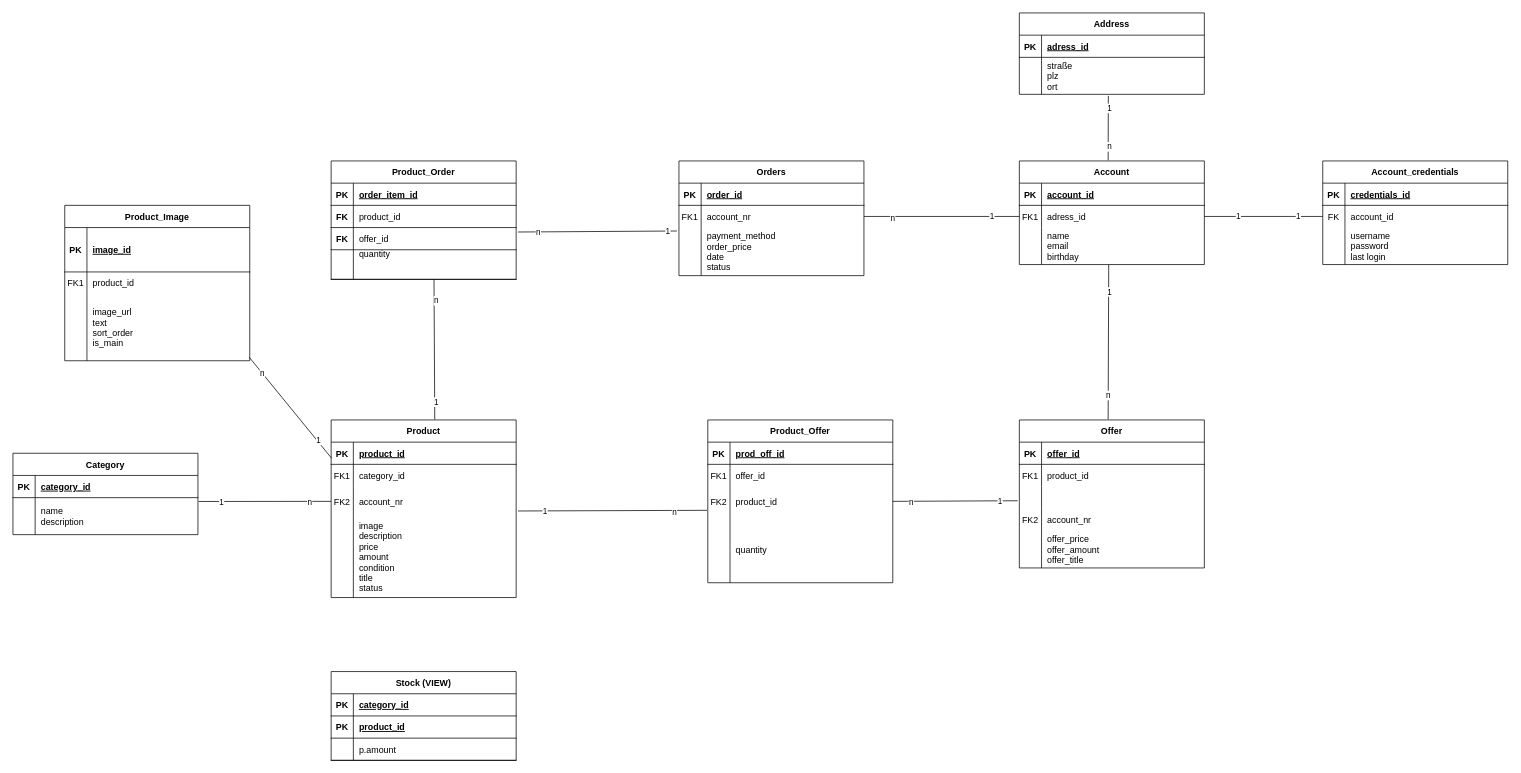
The draw.io diagram erd03.drawio in itech-bhh-module/e-commerce-shop, before the edit. Source tidied: cells renumbered, new cells numbered last; positions are measured from the earlier drawing's top-left corner, leaving out a move shared by most shapes. Both pictures are drawn from the tidied source at 74%, with x=0, y=0 at pixel (13, 13).
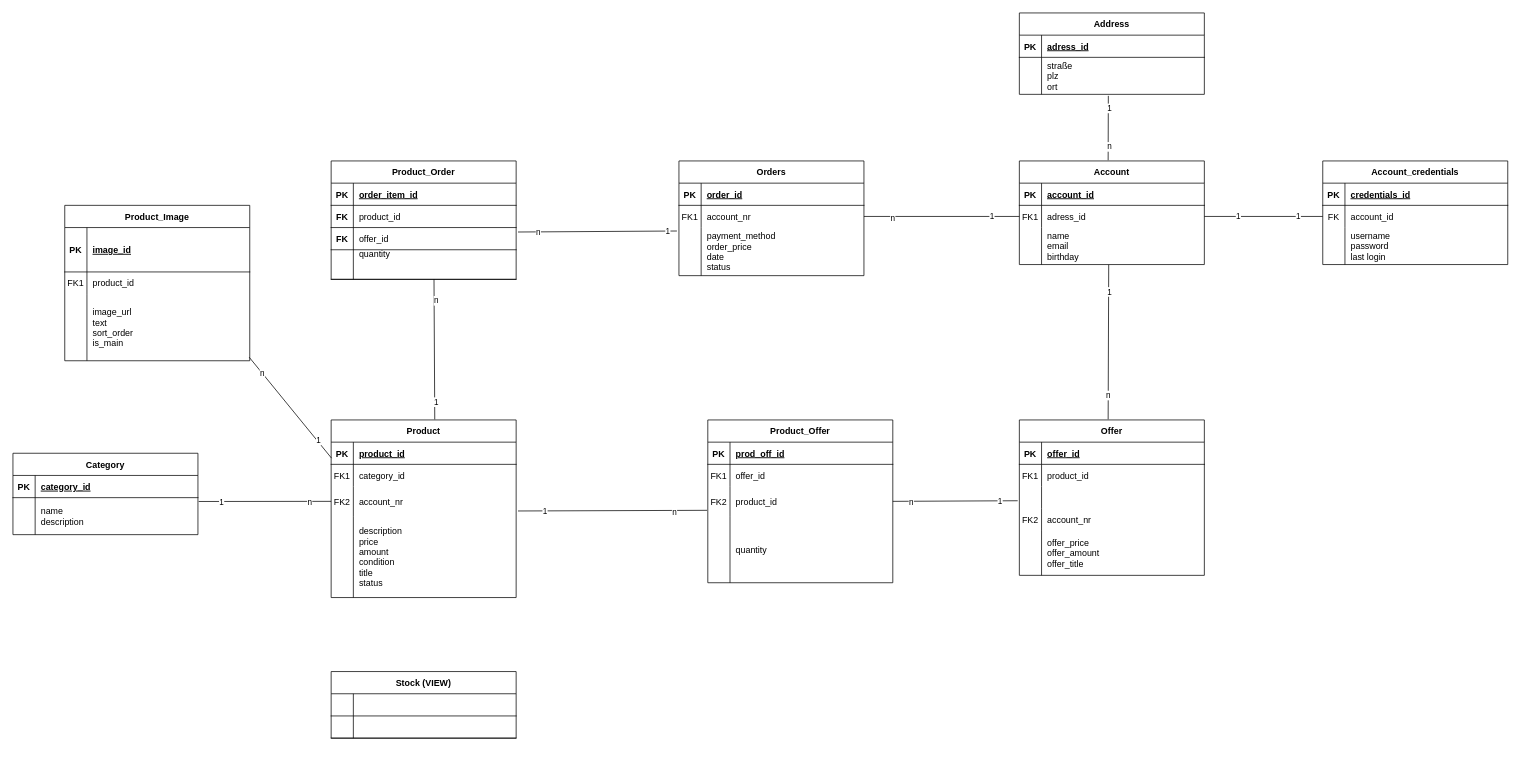
Above is the later version.

Commit message:
removed img attribute from product

Unchanged cells that the change refers to:
```xml
<mxCell id="12" style="shape=partialRectangle;fillColor=none;top=0;left=0;right=0;bottom=0;labelBackgroundColor=none;" parent="2" vertex="1">
  <mxGeometry y="130" width="250" height="110" as="geometry" />
</mxCell>
<mxCell id="46" style="shape=partialRectangle;fillColor=none;top=0;left=0;right=0;bottom=1;labelBackgroundColor=none;" parent="45" vertex="1">
  <mxGeometry y="30" width="250" height="30" as="geometry" />
</mxCell>
```

Change to the diagram source:
```diff
@@
-    <mxCell id="14" value="image&#10;description&#10;price&#10;amount&#10;condition&#10;title&#10;status" style="shape=partialRectangle;overflow=hidden;fillColor=none;top=0;left=0;bottom=0;right=0;align=left;spacingLeft=6;labelBackgroundColor=none;" parent="12" vertex="1">
+    <mxCell id="14" value="description&#10;price&#10;amount&#10;condition&#10;title&#10;status" style="shape=partialRectangle;overflow=hidden;fillColor=none;top=0;left=0;bottom=0;right=0;align=left;spacingLeft=6;labelBackgroundColor=none;" parent="12" vertex="1">
       <mxGeometry x="30" width="220" height="110" as="geometry" />
     </mxCell>
@@
     <mxCell id="29" value="Offer" style="shape=table;startSize=30;childLayout=tableLayout;rowLines=0;fontStyle=1;align=center;labelBackgroundColor=none;" parent="1" vertex="1">
-      <mxGeometry x="1360" y="550" width="250" height="200" as="geometry" />
+      <mxGeometry x="1360" y="550" width="250" height="210" as="geometry" />
     </mxCell>
@@
     <mxCell id="42" style="shape=partialRectangle;fillColor=none;top=0;left=0;right=0;bottom=0;labelBackgroundColor=none;" parent="29" vertex="1">
-      <mxGeometry y="150" width="250" height="50" as="geometry" />
+      <mxGeometry y="150" width="250" height="60" as="geometry" />
     </mxCell>
     <mxCell id="43" style="shape=partialRectangle;overflow=hidden;fillColor=none;top=0;left=0;bottom=0;right=0;labelBackgroundColor=none;" parent="42" vertex="1">
-      <mxGeometry width="30" height="50" as="geometry" />
+      <mxGeometry width="30" height="60" as="geometry" />
     </mxCell>
     <mxCell id="44" value="offer_price&#10;offer_amount&#10;offer_title" style="shape=partialRectangle;overflow=hidden;fillColor=none;top=0;left=0;bottom=0;right=0;align=left;spacingLeft=6;labelBackgroundColor=none;" parent="42" vertex="1">
-      <mxGeometry x="30" width="220" height="50" as="geometry" />
+      <mxGeometry x="30" width="220" height="60" as="geometry" />
     </mxCell>
     <mxCell id="45" value="Stock (VIEW)" style="shape=table;startSize=30;childLayout=tableLayout;rowLines=0;fontStyle=1;align=center;labelBackgroundColor=none;" parent="1" vertex="1">
-      <mxGeometry x="430" y="890" width="250" height="120" as="geometry" />
+      <mxGeometry x="430" y="890" width="250" height="90" as="geometry" />
     </mxCell>
@@
-    <mxCell id="47" value="PK" style="shape=partialRectangle;overflow=hidden;fillColor=none;top=0;left=0;bottom=0;right=0;fontStyle=1;labelBackgroundColor=none;" parent="46" vertex="1">
+    <mxCell id="47" style="shape=partialRectangle;overflow=hidden;fillColor=none;top=0;left=0;bottom=0;right=0;fontStyle=1;labelBackgroundColor=none;" parent="46" vertex="1">
       <mxGeometry width="30" height="30" as="geometry" />
     </mxCell>
-    <mxCell id="48" value="category_id" style="shape=partialRectangle;overflow=hidden;fillColor=none;top=0;left=0;bottom=0;right=0;align=left;spacingLeft=6;fontStyle=5;labelBackgroundColor=none;" parent="46" vertex="1">
+    <mxCell id="48" style="shape=partialRectangle;overflow=hidden;fillColor=none;top=0;left=0;bottom=0;right=0;align=left;spacingLeft=6;fontStyle=5;labelBackgroundColor=none;" parent="46" vertex="1">
       <mxGeometry x="30" width="220" height="30" as="geometry" />
     </mxCell>
-    <mxCell id="49" style="shape=partialRectangle;fillColor=none;top=0;left=0;right=0;bottom=1;labelBackgroundColor=none;" parent="45" vertex="1">
-      <mxGeometry y="60" width="250" height="30" as="geometry" />
-    </mxCell>
-    <mxCell id="50" value="PK" style="shape=partialRectangle;overflow=hidden;fillColor=none;top=0;left=0;bottom=0;right=0;fontStyle=1;labelBackgroundColor=none;" parent="49" vertex="1">
-      <mxGeometry width="30" height="30" as="geometry" />
-    </mxCell>
-    <mxCell id="51" value="product_id" style="shape=partialRectangle;overflow=hidden;fillColor=none;top=0;left=0;bottom=0;right=0;align=left;spacingLeft=6;fontStyle=5;labelBackgroundColor=none;" parent="49" vertex="1">
-      <mxGeometry x="30" width="220" height="30" as="geometry" />
-    </mxCell>
     <mxCell id="52" style="shape=partialRectangle;fillColor=none;top=0;left=0;right=0;bottom=1;labelBackgroundColor=none;" parent="45" vertex="1">
-      <mxGeometry y="90" width="250" height="30" as="geometry" />
+      <mxGeometry y="60" width="250" height="30" as="geometry" />
     </mxCell>
@@
-    <mxCell id="54" value="p.amount" style="shape=partialRectangle;overflow=hidden;fillColor=none;top=0;left=0;bottom=0;right=0;align=left;spacingLeft=6;fontStyle=0;labelBackgroundColor=none;" parent="52" vertex="1">
+    <mxCell id="54" style="shape=partialRectangle;overflow=hidden;fillColor=none;top=0;left=0;bottom=0;right=0;align=left;spacingLeft=6;fontStyle=0;labelBackgroundColor=none;" parent="52" vertex="1">
       <mxGeometry x="30" width="220" height="30" as="geometry" />
     </mxCell>
```
